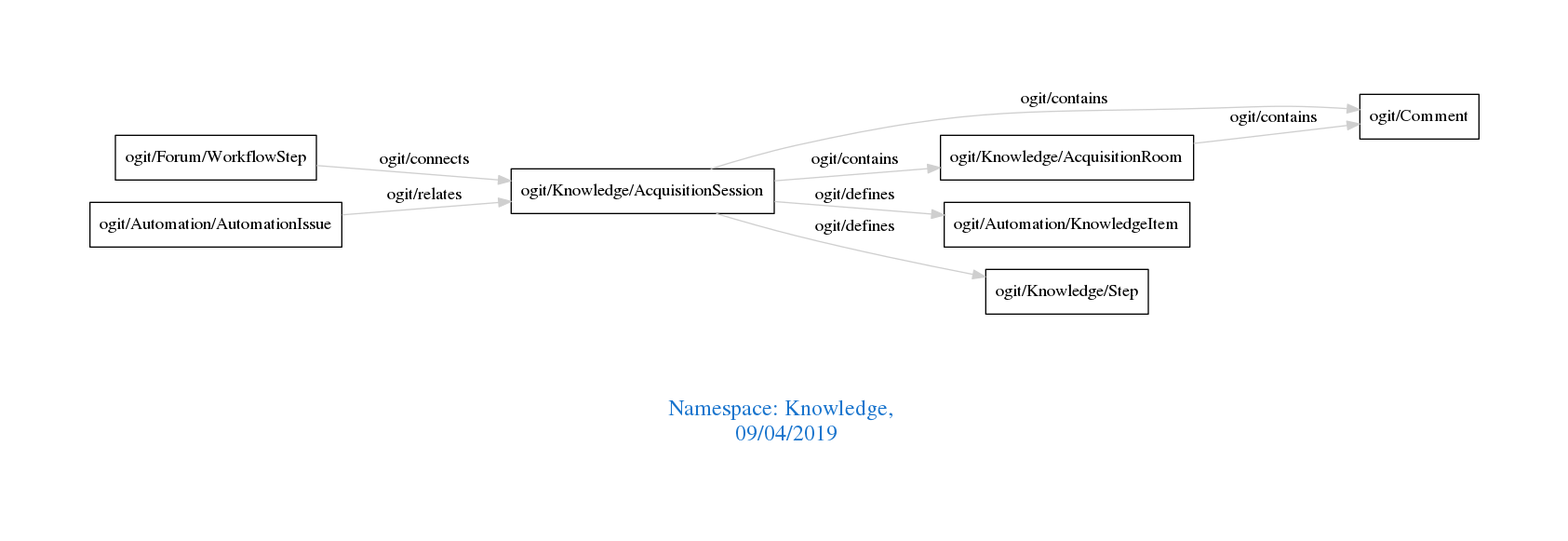
This is downloads/Knowledge.png from arago/OGIT, a Graphviz export, as it was before one commit. Its source is kept beside it as downloads/Knowledge.dot.
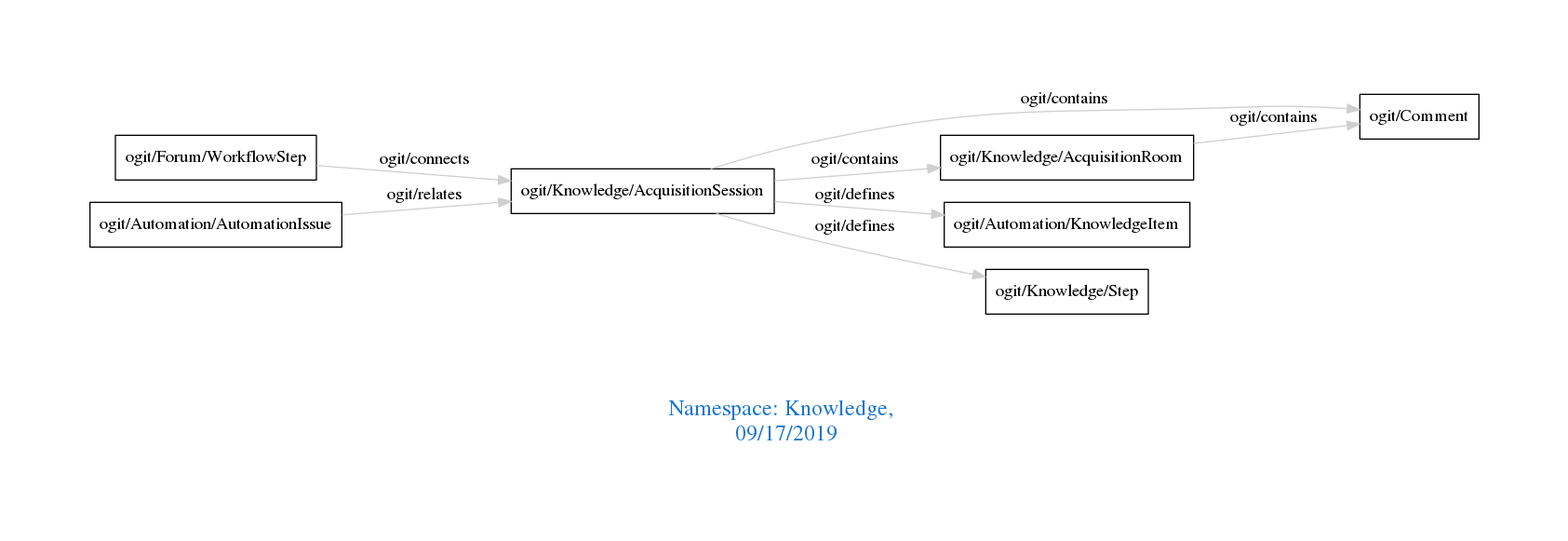
The same file after the commit.

Diff of the diagram source:
```diff
@@ -1,7 +1,7 @@
 digraph OGIT_ontology {
  graph [ rankdir= LR,pad=1
 fontsize = 18,
-fontcolor= dodgerblue3,label = "\n\n\nNamespace: Knowledge, \n 09/04/2019"];
+fontcolor= dodgerblue3,label = "\n\n\nNamespace: Knowledge, \n 09/17/2019"];
 node[shape=polygon];
 edge [  color="gray81"];
 
```
